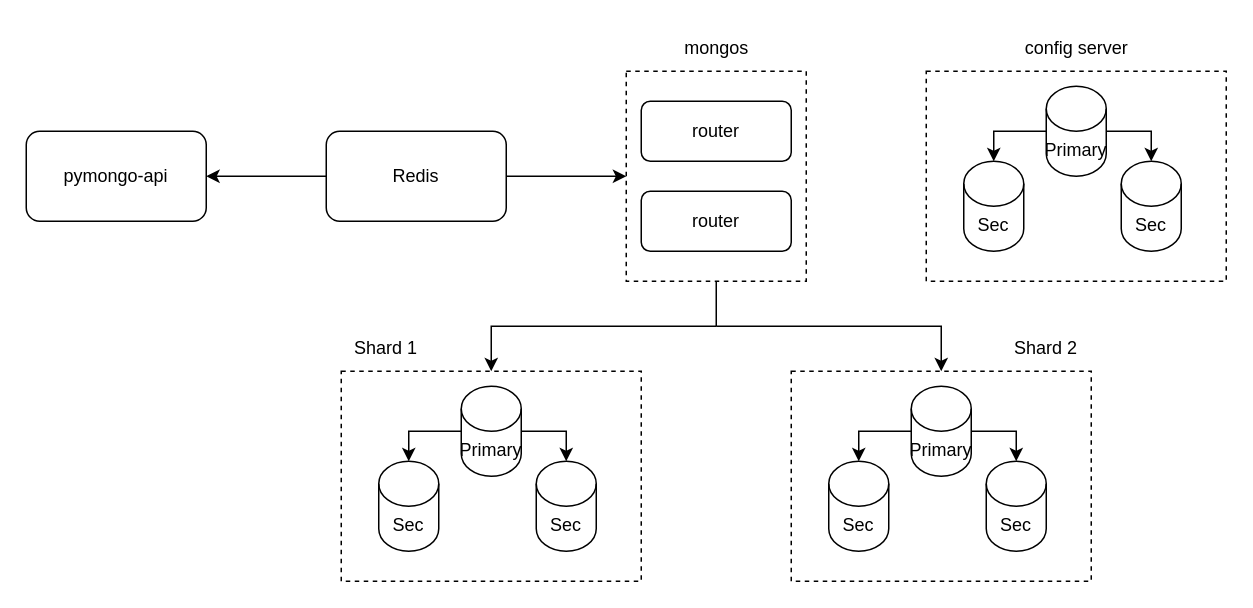
The draw.io diagram diagrams/task1-3-cache.drawio in cuprumtan/architecture-black_friday, before the edit. Source tidied: cells renumbered, new cells numbered last; positions are measured from the earlier drawing's top-left corner, leaving out a move shared by most shapes. Both pictures are drawn from the tidied source at 150%, with x=0, y=0 at pixel (26, 26).
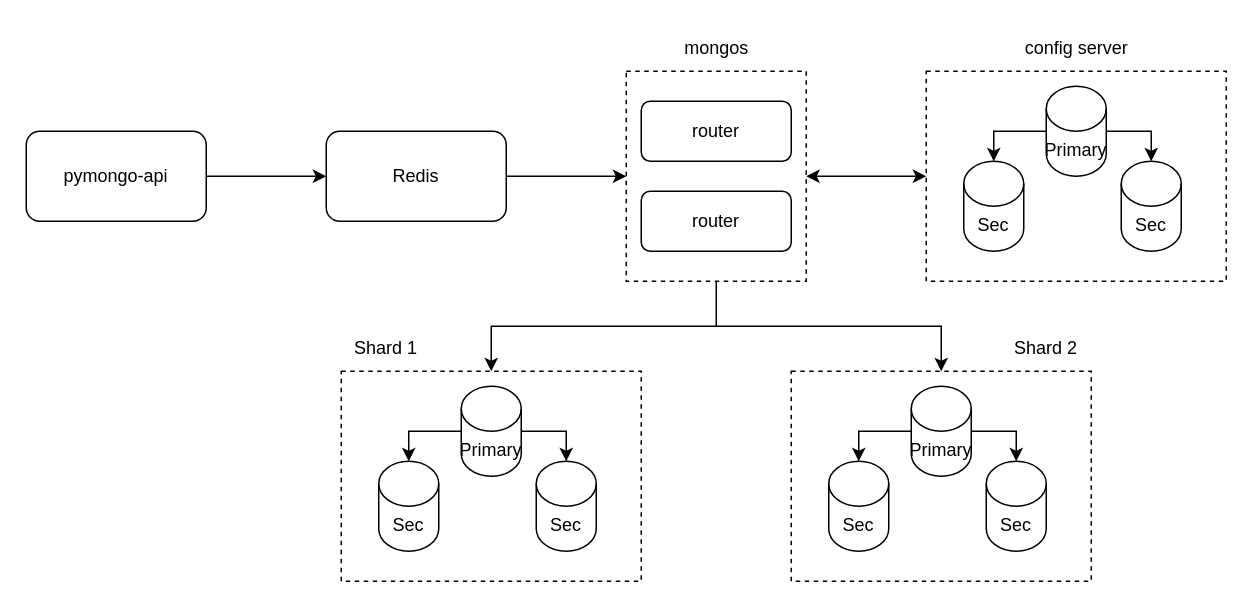
The same page after the edit.

Commit message (it also covers changes not shown here):
Task 3: add mongo-sharding-repl

The change refers to these unchanged cells:
```xml
<mxCell id="2" value="pymongo-api" style="rounded=1;whiteSpace=wrap;html=1;" parent="1" vertex="1">
  <mxGeometry y="70" width="120" height="60" as="geometry" />
</mxCell>
<mxCell id="3" value="Redis" style="rounded=1;whiteSpace=wrap;html=1;" parent="1" vertex="1">
  <mxGeometry x="200" y="70" width="120" height="60" as="geometry" />
</mxCell>
<mxCell id="7" style="rounded=0;whiteSpace=wrap;html=1;fillColor=none;dashed=1;" parent="1" vertex="1">
  <mxGeometry x="400" y="30" width="120" height="140" as="geometry" />
</mxCell>
<mxCell id="28" style="rounded=0;whiteSpace=wrap;html=1;fillColor=none;dashed=1;" parent="1" vertex="1">
  <mxGeometry x="600" y="30" width="200" height="140" as="geometry" />
</mxCell>
```

Diff of the diagram source:
```diff
@@
-    <mxCell id="4" style="edgeStyle=orthogonalEdgeStyle;rounded=0;jettySize=auto;html=1;exitX=0;exitY=0.5;exitDx=0;exitDy=0;entryX=1;entryY=0.5;entryDx=0;entryDy=0;" parent="1" edge="1" source="3" target="2">
+    <mxCell id="4" style="edgeStyle=orthogonalEdgeStyle;rounded=0;jettySize=auto;html=1;exitX=0;exitY=0.5;exitDx=0;exitDy=0;entryX=1;entryY=0.5;entryDx=0;entryDy=0;startArrow=classic;startFill=1;endArrow=none;" parent="1" edge="1" source="3" target="2">
       <mxGeometry relative="1" as="geometry" />
     </mxCell>
@@
+    <mxCell id="34" style="edgeStyle=orthogonalEdgeStyle;rounded=0;jettySize=auto;html=1;exitX=1;exitY=0.5;exitDx=0;exitDy=0;entryX=0;entryY=0.5;entryDx=0;entryDy=0;startArrow=classic;startFill=1;" parent="1" edge="1" source="7" target="28">
+      <mxGeometry relative="1" as="geometry" />
+    </mxCell>
```
